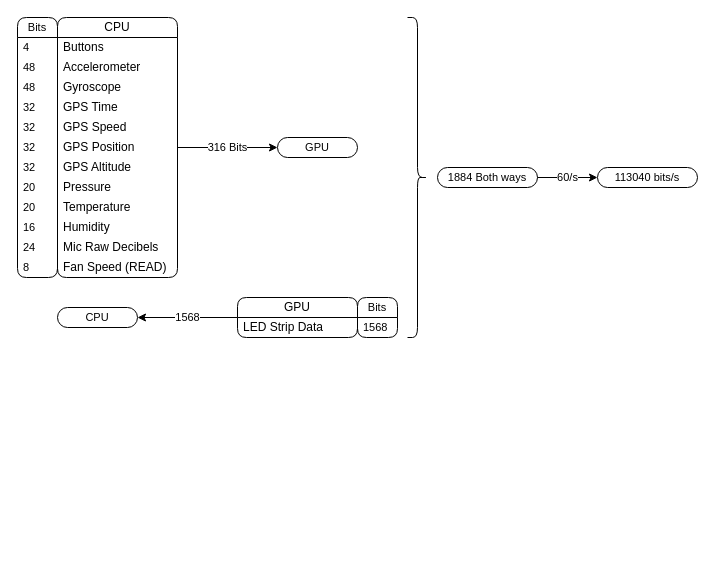
Before: page "Alpha Release Stack" (5 of 8) of Documents/Software Diagram (DX.3).drawio in Cyberspecies/Synth-Head, a draw.io diagram. Source tidied: cells renumbered, new cells numbered last; positions are measured from the earlier drawing's top-left corner, leaving out a move shared by most shapes. Both pictures are drawn from the tidied source at 100%, with x=0, y=0 at pixel (17, 17).
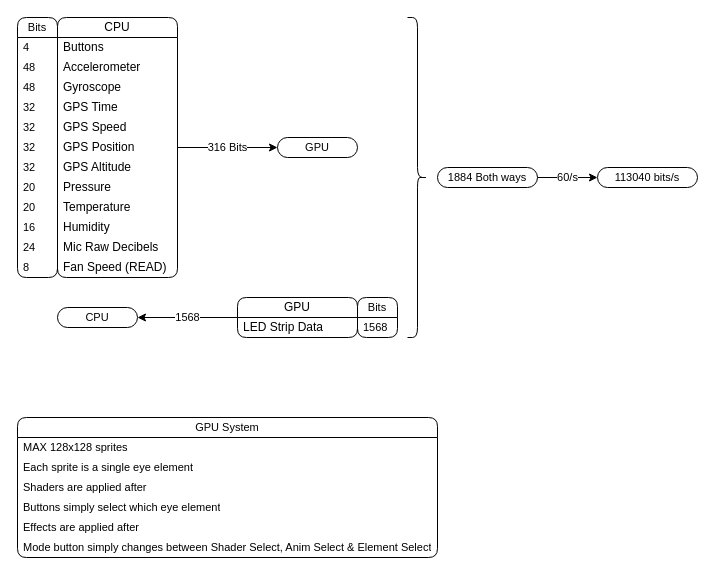
The same page after the edit.

Commit message:
Added Simple GPU Systm

What changed in the source:
```diff
@@
+    <mxCell id="40" value="GPU System" style="swimlane;fontStyle=0;horizontal=1;startSize=20;whiteSpace=wrap;html=1;rounded=1;fontFamily=Helvetica;fontSize=11;fontColor=default;labelBackgroundColor=default;" parent="1" vertex="1">
+      <mxGeometry y="400" width="420" height="140" as="geometry" />
+    </mxCell>
+    <mxCell id="41" value="MAX 128x128 sprites" style="text;strokeColor=none;fillColor=none;align=left;verticalAlign=middle;spacingLeft=4;spacingRight=4;overflow=hidden;whiteSpace=wrap;html=1;fontFamily=Helvetica;fontSize=11;fontColor=default;labelBackgroundColor=default;" parent="40" vertex="1">
+      <mxGeometry y="20" width="420" height="20" as="geometry" />
+    </mxCell>
+    <mxCell id="42" value="Each sprite is a single eye element" style="text;strokeColor=none;fillColor=none;align=left;verticalAlign=middle;spacingLeft=4;spacingRight=4;overflow=hidden;whiteSpace=wrap;html=1;fontFamily=Helvetica;fontSize=11;fontColor=default;labelBackgroundColor=default;" parent="40" vertex="1">
+      <mxGeometry y="40" width="420" height="20" as="geometry" />
+    </mxCell>
+    <mxCell id="43" value="Shaders are applied after" style="text;strokeColor=none;fillColor=none;align=left;verticalAlign=middle;spacingLeft=4;spacingRight=4;overflow=hidden;whiteSpace=wrap;html=1;fontFamily=Helvetica;fontSize=11;fontColor=default;labelBackgroundColor=default;" parent="40" vertex="1">
+      <mxGeometry y="60" width="420" height="20" as="geometry" />
+    </mxCell>
+    <mxCell id="44" value="Buttons simply select which eye element" style="text;strokeColor=none;fillColor=none;align=left;verticalAlign=middle;spacingLeft=4;spacingRight=4;overflow=hidden;whiteSpace=wrap;html=1;fontFamily=Helvetica;fontSize=11;fontColor=default;labelBackgroundColor=default;" parent="40" vertex="1">
+      <mxGeometry y="80" width="420" height="20" as="geometry" />
+    </mxCell>
+    <mxCell id="45" value="Effects are applied after" style="text;strokeColor=none;fillColor=none;align=left;verticalAlign=middle;spacingLeft=4;spacingRight=4;overflow=hidden;whiteSpace=wrap;html=1;fontFamily=Helvetica;fontSize=11;fontColor=default;labelBackgroundColor=default;" parent="40" vertex="1">
+      <mxGeometry y="100" width="420" height="20" as="geometry" />
+    </mxCell>
+    <mxCell id="46" value="Mode button simply changes between Shader Select, Anim Select &amp;amp; Element Select" style="text;strokeColor=none;fillColor=none;align=left;verticalAlign=middle;spacingLeft=4;spacingRight=4;overflow=hidden;whiteSpace=wrap;html=1;fontFamily=Helvetica;fontSize=11;fontColor=default;labelBackgroundColor=default;" parent="40" vertex="1">
+      <mxGeometry y="120" width="420" height="20" as="geometry" />
+    </mxCell>
```
